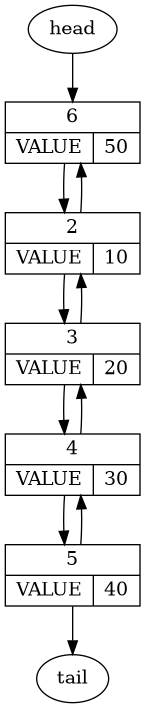
Earlier version of the Graphviz export cmake-build-debug/dump.png (fckxorg/LinkedListArrays). Its source is kept beside it as cmake-build-debug/dump.dot.
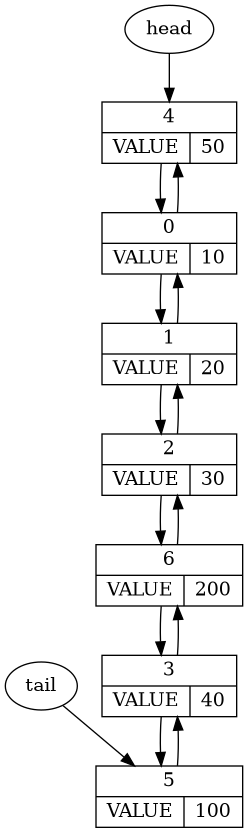
After the change.

Change to the diagram source:
```diff
@@ -1,17 +1,23 @@
 digraph {
-node6[label="{{6}|{VALUE | 50}}",shape=record];
-node2[label="{{2}|{VALUE | 10}}",shape=record];
+node4[label="{{4}|{VALUE | 50}}",shape=record];
+node0[label="{{0}|{VALUE | 10}}",shape=record];
+node0 -> node4;
+node4 -> node0;
+node1[label="{{1}|{VALUE | 20}}",shape=record];
+node1 -> node0;
+node0 -> node1;
+node2[label="{{2}|{VALUE | 30}}",shape=record];
+node2 -> node1;
+node1 -> node2;
+node6[label="{{6}|{VALUE | 200}}",shape=record];
+node6 -> node2;
 node2 -> node6;
-node6 -> node2;
-node3[label="{{3}|{VALUE | 20}}",shape=record];
-node3 -> node2;
-node2 -> node3;
-node4[label="{{4}|{VALUE | 30}}",shape=record];
-node4 -> node3;
-node3 -> node4;
-node5[label="{{5}|{VALUE | 40}}",shape=record];
-node5 -> node4;
-node4 -> node5;
-head -> node6;
-node5 -> tail;
+node3[label="{{3}|{VALUE | 40}}",shape=record];
+node3 -> node6;
+node6 -> node3;
+node5[label="{{5}|{VALUE | 100}}",shape=record];
+node5 -> node3;
+node3 -> node5;
+head -> node4;
+tail -> node5;
 }
```
